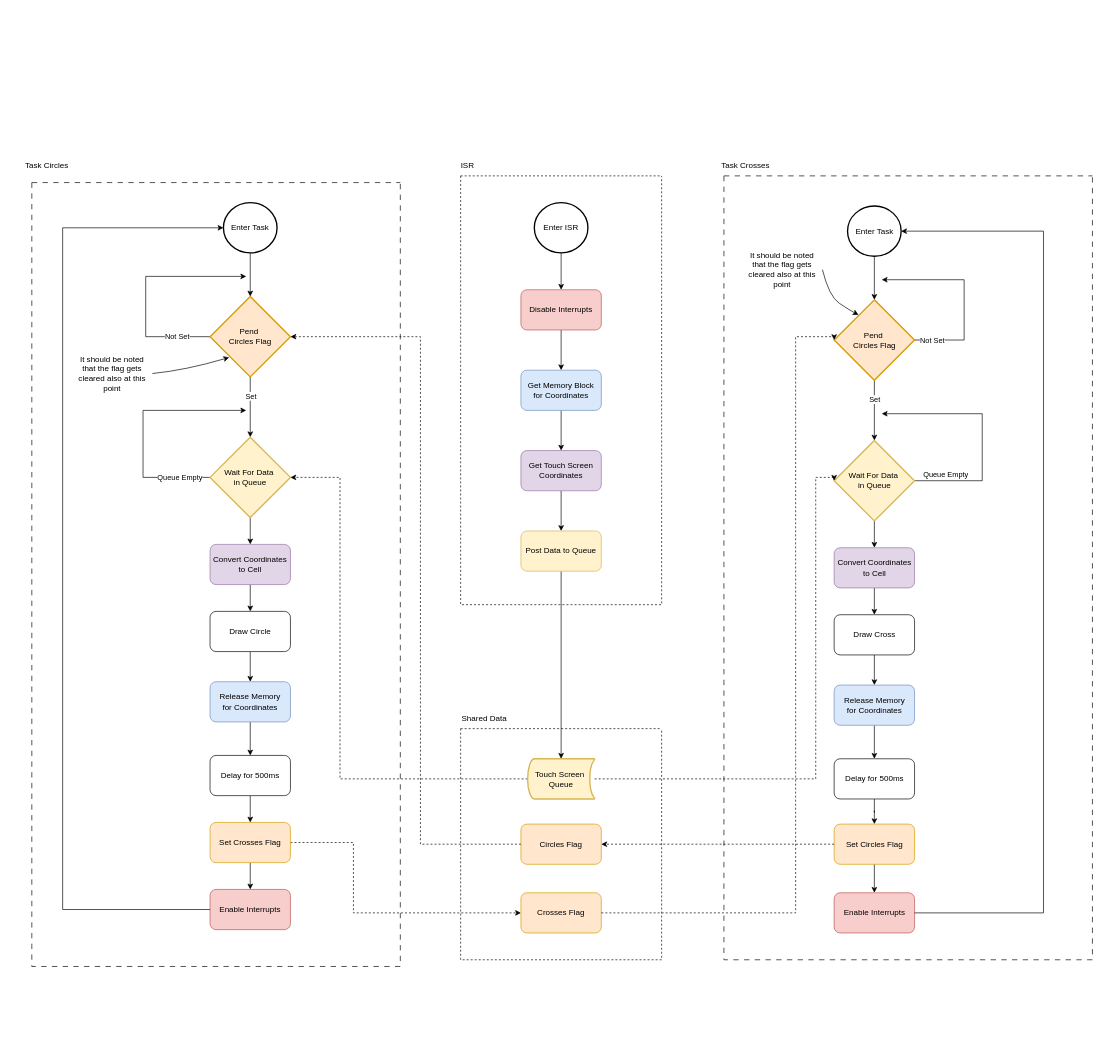
Earlier version of the draw.io diagram ProgramFlow.drawio (LauriAlanen/STM32F4-DISCO-TICTACTOE). Source tidied: cells renumbered, new cells numbered last; positions are measured from the earlier drawing's top-left corner, leaving out a move shared by most shapes. Both pictures are drawn from the tidied source at 67%, with x=0, y=0 at pixel (11, 11).
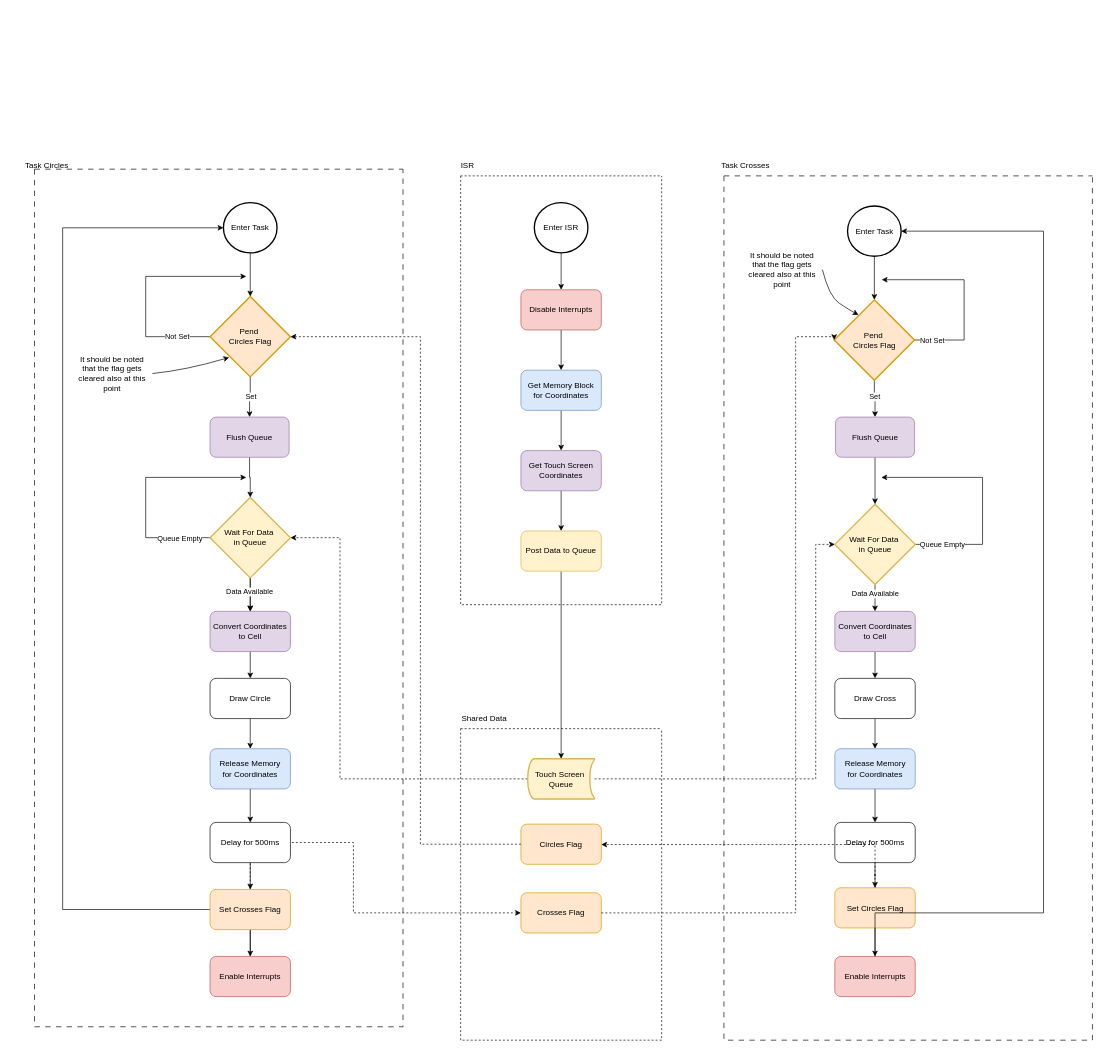
The same page after the edit.

Unchanged cells that the change refers to:
```xml
<mxCell id="7" value="Pend&amp;nbsp;&lt;div&gt;Circles&amp;nbsp;&lt;span style=&quot;background-color: transparent; color: light-dark(rgb(0, 0, 0), rgb(255, 255, 255));&quot;&gt;Flag&lt;/span&gt;&lt;/div&gt;" style="strokeWidth=2;html=1;shape=mxgraph.flowchart.decision;whiteSpace=wrap;fillColor=#ffe6cc;strokeColor=#d79b00;" parent="1" vertex="1">
  <mxGeometry x="296" y="425" width="120" height="120" as="geometry" />
</mxCell>
<mxCell id="48" value="Pend&amp;nbsp;&lt;div&gt;Circles&amp;nbsp;&lt;span style=&quot;background-color: transparent; color: light-dark(rgb(0, 0, 0), rgb(255, 255, 255));&quot;&gt;Flag&lt;/span&gt;&lt;/div&gt;" style="strokeWidth=2;html=1;shape=mxgraph.flowchart.decision;whiteSpace=wrap;fillColor=#ffe6cc;strokeColor=#d79b00;" parent="43" vertex="1">
  <mxGeometry x="164.5" y="185" width="120" height="120" as="geometry" />
</mxCell>
<mxCell id="53" style="edgeStyle=orthogonalEdgeStyle;rounded=0;jettySize=auto;html=1;" parent="43" edge="1" source="54" target="56">
  <mxGeometry relative="1" as="geometry" />
</mxCell>
<mxCell id="74" value="Touch Screen&amp;nbsp;&lt;div&gt;Queue&lt;/div&gt;" style="strokeWidth=2;html=1;shape=mxgraph.flowchart.stored_data;whiteSpace=wrap;fillColor=#fff2cc;strokeColor=#d6b656;" parent="71" vertex="1">
  <mxGeometry x="100" y="45" width="100" height="60" as="geometry" />
</mxCell>
```

The edit, as a diff of the source:
```diff
@@
-    <mxCell id="5" style="edgeStyle=orthogonalEdgeStyle;rounded=0;jettySize=auto;html=1;" parent="1" edge="1" source="7" target="13">
-      <mxGeometry relative="1" as="geometry" />
-    </mxCell>
-    <mxCell id="6" value="Set" style="edgeLabel;html=1;align=center;verticalAlign=middle;" parent="5" vertex="1">
-      <mxGeometry x="-0.37" y="3" relative="1" as="geometry">
-        <mxPoint x="-3" as="offset" />
-      </mxGeometry>
-    </mxCell>
+    <mxCell id="81" style="edgeStyle=orthogonalEdgeStyle;rounded=0;jettySize=auto;html=1;" parent="1" edge="1" source="7" target="93">
+      <mxGeometry relative="1" as="geometry" />
+    </mxCell>
+    <mxCell id="82" value="Set" style="edgeLabel;html=1;align=center;verticalAlign=middle;" parent="81" vertex="1">
+      <mxGeometry x="-0.03" relative="1" as="geometry">
+        <mxPoint y="-1" as="offset" />
+      </mxGeometry>
+    </mxCell>
@@
-    <mxCell id="10" style="edgeStyle=orthogonalEdgeStyle;rounded=0;jettySize=auto;html=1;" parent="1" edge="1" source="13">
-      <mxGeometry relative="1" as="geometry">
-        <mxPoint x="350" y="595" as="targetPoint" />
-        <Array as="points">
-          <mxPoint x="196" y="695" />
-          <mxPoint x="196" y="595" />
-        </Array>
-      </mxGeometry>
-    </mxCell>
-    <mxCell id="11" value="Queue Empty" style="edgeLabel;html=1;align=center;verticalAlign=middle;" parent="10" vertex="1">
-      <mxGeometry x="-0.74" y="5" relative="1" as="geometry">
-        <mxPoint y="-5" as="offset" />
-      </mxGeometry>
-    </mxCell>
-    <mxCell id="12" style="edgeStyle=orthogonalEdgeStyle;rounded=0;jettySize=auto;html=1;" parent="1" edge="1" source="13" target="23">
-      <mxGeometry relative="1" as="geometry" />
-    </mxCell>
-    <mxCell id="13" value="Wait For Data&amp;nbsp;&lt;div&gt;in Queue&lt;/div&gt;" style="strokeWidth=2;html=1;shape=mxgraph.flowchart.decision;whiteSpace=wrap;fillColor=#fff2cc;strokeColor=#d6b656;" parent="1" vertex="1">
-      <mxGeometry x="296" y="635" width="120" height="120" as="geometry" />
-    </mxCell>
@@
-    <mxCell id="22" style="edgeStyle=orthogonalEdgeStyle;rounded=0;jettySize=auto;html=1;" parent="1" edge="1" source="23" target="25">
-      <mxGeometry relative="1" as="geometry" />
-    </mxCell>
-    <mxCell id="23" value="Convert Coordinates&lt;div&gt;to Cell&lt;/div&gt;" style="rounded=1;whiteSpace=wrap;html=1;fillColor=#e1d5e7;strokeColor=#9673a6;" parent="1" vertex="1">
-      <mxGeometry x="296" y="795" width="120" height="60" as="geometry" />
-    </mxCell>
-    <mxCell id="24" style="edgeStyle=orthogonalEdgeStyle;rounded=0;jettySize=auto;html=1;" parent="1" edge="1" source="25" target="30">
-      <mxGeometry relative="1" as="geometry" />
-    </mxCell>
-    <mxCell id="25" value="Draw Circle" style="rounded=1;whiteSpace=wrap;html=1;" parent="1" vertex="1">
-      <mxGeometry x="296" y="895" width="120" height="60" as="geometry" />
-    </mxCell>
@@
     <mxCell id="28" style="edgeStyle=orthogonalEdgeStyle;rounded=0;jettySize=auto;html=1;entryX=1;entryY=0.5;entryDx=0;entryDy=0;entryPerimeter=0;dashed=1;" parent="1" edge="1" source="74" target="13">
       <mxGeometry relative="1" as="geometry">
         <Array as="points">
           <mxPoint x="490" y="1145" />
-          <mxPoint x="490" y="695" />
+          <mxPoint x="490" y="785" />
         </Array>
       </mxGeometry>
     </mxCell>
-    <mxCell id="29" style="edgeStyle=orthogonalEdgeStyle;rounded=0;jettySize=auto;html=1;" parent="1" edge="1" source="30" target="32">
-      <mxGeometry relative="1" as="geometry" />
-    </mxCell>
-    <mxCell id="30" value="Release Memory&lt;div&gt;for Coordinates&lt;/div&gt;" style="rounded=1;whiteSpace=wrap;html=1;fillColor=#dae8fc;strokeColor=#6c8ebf;" parent="1" vertex="1">
-      <mxGeometry x="296" y="1000" width="120" height="60" as="geometry" />
-    </mxCell>
-    <mxCell id="31" style="edgeStyle=orthogonalEdgeStyle;rounded=0;jettySize=auto;html=1;" parent="1" edge="1" source="32" target="36">
-      <mxGeometry relative="1" as="geometry" />
-    </mxCell>
-    <mxCell id="32" value="Delay for 500ms" style="rounded=1;whiteSpace=wrap;html=1;" parent="1" vertex="1">
-      <mxGeometry x="296" y="1110" width="120" height="60" as="geometry" />
-    </mxCell>
-    <mxCell id="33" value="Enable Interrupts" style="rounded=1;whiteSpace=wrap;html=1;fillColor=#f8cecc;strokeColor=#b85450;" parent="1" vertex="1">
-      <mxGeometry x="296" y="1310" width="120" height="60" as="geometry" />
-    </mxCell>
-    <mxCell id="34" style="edgeStyle=orthogonalEdgeStyle;rounded=0;jettySize=auto;html=1;" parent="1" edge="1" source="36" target="33">
-      <mxGeometry relative="1" as="geometry" />
-    </mxCell>
@@
-    <mxCell id="36" value="Set Crosses Flag" style="rounded=1;whiteSpace=wrap;html=1;fillColor=#ffe6cc;strokeColor=#d79b00;" parent="1" vertex="1">
-      <mxGeometry x="296" y="1210" width="120" height="60" as="geometry" />
-    </mxCell>
@@
     <mxCell id="38" style="swimlane;startSize=0;fillStyle=dots;dashed=1;dashPattern=8 8;fillColor=default;strokeColor=none;" parent="1" vertex="1">
-      <mxGeometry width="550" height="1170" as="geometry" />
+      <mxGeometry width="280" height="605" as="geometry" />
     </mxCell>
@@
     <mxCell id="43" style="swimlane;startSize=0;fillStyle=dots;dashed=1;dashPattern=8 8;" parent="1" vertex="1">
-      <mxGeometry x="1063" y="245" width="550" height="1170" as="geometry" />
+      <mxGeometry x="1063" y="245" width="550" height="1290" as="geometry" />
     </mxCell>
@@
-    <mxCell id="46" style="edgeStyle=orthogonalEdgeStyle;rounded=0;jettySize=auto;html=1;" parent="43" edge="1" source="48" target="54">
-      <mxGeometry relative="1" as="geometry" />
-    </mxCell>
-    <mxCell id="47" value="Set" style="edgeLabel;html=1;align=center;verticalAlign=middle;" parent="46" vertex="1">
-      <mxGeometry x="-0.37" y="3" relative="1" as="geometry">
-        <mxPoint x="-3" as="offset" />
-      </mxGeometry>
-    </mxCell>
+    <mxCell id="83" style="edgeStyle=orthogonalEdgeStyle;rounded=0;jettySize=auto;html=1;" parent="43" edge="1" source="48" target="87">
+      <mxGeometry relative="1" as="geometry" />
+    </mxCell>
+    <mxCell id="84" value="Set" style="edgeLabel;html=1;align=center;verticalAlign=middle;" parent="83" vertex="1">
+      <mxGeometry x="-0.15" relative="1" as="geometry" />
+    </mxCell>
@@
     <mxCell id="51" style="edgeStyle=orthogonalEdgeStyle;rounded=0;jettySize=auto;html=1;" parent="43" edge="1" source="54">
       <mxGeometry relative="1" as="geometry">
-        <mxPoint x="235.5" y="355" as="targetPoint" />
+        <mxPoint x="235" y="450" as="targetPoint" />
         <Array as="points">
-          <mxPoint x="385.5" y="455" />
-          <mxPoint x="385.5" y="355" />
+          <mxPoint x="386" y="550" />
+          <mxPoint x="386" y="450" />
+          <mxPoint x="235" y="450" />
         </Array>
       </mxGeometry>
     </mxCell>
     <mxCell id="52" value="Queue Empty" style="edgeLabel;html=1;align=center;verticalAlign=middle;" parent="51" vertex="1">
       <mxGeometry x="-0.74" y="5" relative="1" as="geometry">
-        <mxPoint y="-5" as="offset" />
+        <mxPoint x="-6" y="5" as="offset" />
       </mxGeometry>
     </mxCell>
@@
+    <mxCell id="85" value="Data Available" style="edgeLabel;html=1;align=center;verticalAlign=middle;" parent="53" vertex="1">
+      <mxGeometry x="-0.33" relative="1" as="geometry" />
+    </mxCell>
     <mxCell id="54" value="Wait For Data&amp;nbsp;&lt;div&gt;in Queue&lt;/div&gt;" style="strokeWidth=2;html=1;shape=mxgraph.flowchart.decision;whiteSpace=wrap;fillColor=#fff2cc;strokeColor=#d6b656;" parent="43" vertex="1">
-      <mxGeometry x="164.5" y="395" width="120" height="120" as="geometry" />
+      <mxGeometry x="165.5" y="490" width="120" height="120" as="geometry" />
     </mxCell>
@@
     <mxCell id="56" value="Convert Coordinates&lt;div&gt;to Cell&lt;/div&gt;" style="rounded=1;whiteSpace=wrap;html=1;fillColor=#e1d5e7;strokeColor=#9673a6;" parent="43" vertex="1">
-      <mxGeometry x="164.5" y="555" width="120" height="60" as="geometry" />
+      <mxGeometry x="165.5" y="650" width="120" height="60" as="geometry" />
     </mxCell>
@@
     <mxCell id="58" value="Draw Cross" style="rounded=1;whiteSpace=wrap;html=1;" parent="43" vertex="1">
-      <mxGeometry x="164.5" y="655" width="120" height="60" as="geometry" />
+      <mxGeometry x="165.5" y="750" width="120" height="60" as="geometry" />
     </mxCell>
@@
     <mxCell id="60" value="Release Memory&lt;div&gt;for Coordinates&lt;/div&gt;" style="rounded=1;whiteSpace=wrap;html=1;fillColor=#dae8fc;strokeColor=#6c8ebf;" parent="43" vertex="1">
-      <mxGeometry x="164.5" y="760" width="120" height="60" as="geometry" />
+      <mxGeometry x="165.5" y="855" width="120" height="60" as="geometry" />
     </mxCell>
@@
     <mxCell id="62" value="Delay for 500ms" style="rounded=1;whiteSpace=wrap;html=1;" parent="43" vertex="1">
-      <mxGeometry x="164.5" y="870" width="120" height="60" as="geometry" />
+      <mxGeometry x="165.5" y="965" width="120" height="60" as="geometry" />
     </mxCell>
     <mxCell id="63" value="Enable Interrupts" style="rounded=1;whiteSpace=wrap;html=1;fillColor=#f8cecc;strokeColor=#b85450;" parent="43" vertex="1">
-      <mxGeometry x="164.5" y="1070" width="120" height="60" as="geometry" />
+      <mxGeometry x="165.5" y="1165" width="120" height="60" as="geometry" />
     </mxCell>
@@
     <mxCell id="65" value="Set Circles Flag" style="rounded=1;whiteSpace=wrap;html=1;fillColor=#ffe6cc;strokeColor=#d79b00;" parent="43" vertex="1">
-      <mxGeometry x="164.5" y="967.5" width="120" height="60" as="geometry" />
+      <mxGeometry x="165.5" y="1062.5" width="120" height="60" as="geometry" />
     </mxCell>
@@
+    <mxCell id="86" style="edgeStyle=orthogonalEdgeStyle;rounded=0;jettySize=auto;html=1;" parent="43" edge="1" source="87" target="54">
+      <mxGeometry relative="1" as="geometry" />
+    </mxCell>
+    <mxCell id="87" value="Flush Queue" style="rounded=1;whiteSpace=wrap;html=1;fillColor=#e1d5e7;strokeColor=#9673a6;" parent="43" vertex="1">
+      <mxGeometry x="166.5" y="360" width="118" height="60" as="geometry" />
+    </mxCell>
@@
     <mxCell id="70" style="edgeStyle=orthogonalEdgeStyle;rounded=0;jettySize=auto;html=1;entryX=0;entryY=0.5;entryDx=0;entryDy=0;entryPerimeter=0;dashed=1;" parent="1" edge="1" source="74" target="54">
       <mxGeometry relative="1" as="geometry">
         <Array as="points">
           <mxPoint x="1200" y="1145" />
-          <mxPoint x="1200" y="695" />
+          <mxPoint x="1200" y="795" />
         </Array>
       </mxGeometry>
     </mxCell>
     <mxCell id="71" style="swimlane;startSize=0;dashed=1;" parent="1" vertex="1">
-      <mxGeometry x="670" y="1070" width="300" height="345" as="geometry" />
+      <mxGeometry x="670" y="1070" width="300" height="465" as="geometry" />
     </mxCell>
@@
     <mxCell id="80" style="swimlane;startSize=0;fillStyle=dots;dashed=1;dashPattern=8 8;" parent="1" vertex="1">
-      <mxGeometry x="30" y="255" width="550" height="1170" as="geometry" />
+      <mxGeometry x="34" y="235" width="550" height="1280" as="geometry" />
     </mxCell>
+    <mxCell id="22" style="edgeStyle=orthogonalEdgeStyle;rounded=0;jettySize=auto;html=1;" parent="80" edge="1" source="23" target="25">
+      <mxGeometry relative="1" as="geometry" />
+    </mxCell>
+    <mxCell id="23" value="Convert Coordinates&lt;div&gt;to Cell&lt;/div&gt;" style="rounded=1;whiteSpace=wrap;html=1;fillColor=#e1d5e7;strokeColor=#9673a6;" parent="80" vertex="1">
+      <mxGeometry x="262" y="660" width="120" height="60" as="geometry" />
+    </mxCell>
+    <mxCell id="24" style="edgeStyle=orthogonalEdgeStyle;rounded=0;jettySize=auto;html=1;" parent="80" edge="1" source="25" target="30">
+      <mxGeometry relative="1" as="geometry" />
+    </mxCell>
+    <mxCell id="25" value="Draw Circle" style="rounded=1;whiteSpace=wrap;html=1;" parent="80" vertex="1">
+      <mxGeometry x="262" y="760" width="120" height="60" as="geometry" />
+    </mxCell>
+    <mxCell id="29" style="edgeStyle=orthogonalEdgeStyle;rounded=0;jettySize=auto;html=1;" parent="80" edge="1" source="30" target="32">
+      <mxGeometry relative="1" as="geometry" />
+    </mxCell>
+    <mxCell id="30" value="Release Memory&lt;div&gt;for Coordinates&lt;/div&gt;" style="rounded=1;whiteSpace=wrap;html=1;fillColor=#dae8fc;strokeColor=#6c8ebf;" parent="80" vertex="1">
+      <mxGeometry x="262" y="865" width="120" height="60" as="geometry" />
+    </mxCell>
+    <mxCell id="31" style="edgeStyle=orthogonalEdgeStyle;rounded=0;jettySize=auto;html=1;" parent="80" edge="1" source="32" target="36">
+      <mxGeometry relative="1" as="geometry" />
+    </mxCell>
+    <mxCell id="32" value="Delay for 500ms" style="rounded=1;whiteSpace=wrap;html=1;" parent="80" vertex="1">
+      <mxGeometry x="262" y="975" width="120" height="60" as="geometry" />
+    </mxCell>
+    <mxCell id="33" value="Enable Interrupts" style="rounded=1;whiteSpace=wrap;html=1;fillColor=#f8cecc;strokeColor=#b85450;" parent="80" vertex="1">
+      <mxGeometry x="262" y="1175" width="120" height="60" as="geometry" />
+    </mxCell>
+    <mxCell id="34" style="edgeStyle=orthogonalEdgeStyle;rounded=0;jettySize=auto;html=1;" parent="80" edge="1" source="36" target="33">
+      <mxGeometry relative="1" as="geometry" />
+    </mxCell>
+    <mxCell id="36" value="Set Crosses Flag" style="rounded=1;whiteSpace=wrap;html=1;fillColor=#ffe6cc;strokeColor=#d79b00;" parent="80" vertex="1">
+      <mxGeometry x="262" y="1075" width="120" height="60" as="geometry" />
+    </mxCell>
+    <mxCell id="88" style="edgeStyle=orthogonalEdgeStyle;rounded=0;jettySize=auto;html=1;" parent="80" edge="1" source="13" target="23">
+      <mxGeometry relative="1" as="geometry" />
+    </mxCell>
+    <mxCell id="89" style="edgeStyle=orthogonalEdgeStyle;rounded=0;jettySize=auto;html=1;" parent="80" edge="1" source="13" target="23">
+      <mxGeometry relative="1" as="geometry" />
+    </mxCell>
+    <mxCell id="90" value="Data Available" style="edgeLabel;html=1;align=center;verticalAlign=middle;" parent="89" vertex="1">
+      <mxGeometry x="-0.17" y="-2" relative="1" as="geometry">
+        <mxPoint y="-1" as="offset" />
+      </mxGeometry>
+    </mxCell>
+    <mxCell id="91" style="edgeStyle=orthogonalEdgeStyle;rounded=0;orthogonalLoop=1;jettySize=auto;html=1;exitX=0;exitY=0.5;exitDx=0;exitDy=0;exitPerimeter=0;" parent="80" edge="1">
+      <mxGeometry relative="1" as="geometry">
+        <mxPoint x="262" y="550" as="sourcePoint" />
+        <mxPoint x="316" y="460" as="targetPoint" />
+        <Array as="points">
+          <mxPoint x="166" y="550" />
+          <mxPoint x="166" y="460" />
+        </Array>
+      </mxGeometry>
+    </mxCell>
+    <mxCell id="11" value="Queue Empty" style="edgeLabel;html=1;align=center;verticalAlign=middle;" parent="91" vertex="1">
+      <mxGeometry x="-0.67" y="-1" relative="1" as="geometry">
+        <mxPoint x="9" y="1" as="offset" />
+      </mxGeometry>
+    </mxCell>
+    <mxCell id="13" value="Wait For Data&amp;nbsp;&lt;div&gt;in Queue&lt;/div&gt;" style="strokeWidth=2;html=1;shape=mxgraph.flowchart.decision;whiteSpace=wrap;fillColor=#fff2cc;strokeColor=#d6b656;" parent="80" vertex="1">
+      <mxGeometry x="262" y="490" width="120" height="120" as="geometry" />
+    </mxCell>
+    <mxCell id="92" style="edgeStyle=orthogonalEdgeStyle;rounded=0;jettySize=auto;html=1;" parent="80" edge="1" source="93" target="13">
+      <mxGeometry relative="1" as="geometry" />
+    </mxCell>
+    <mxCell id="93" value="Flush Queue" style="rounded=1;whiteSpace=wrap;html=1;fillColor=#e1d5e7;strokeColor=#9673a6;" parent="80" vertex="1">
+      <mxGeometry x="262" y="370" width="118" height="60" as="geometry" />
+    </mxCell>
```
